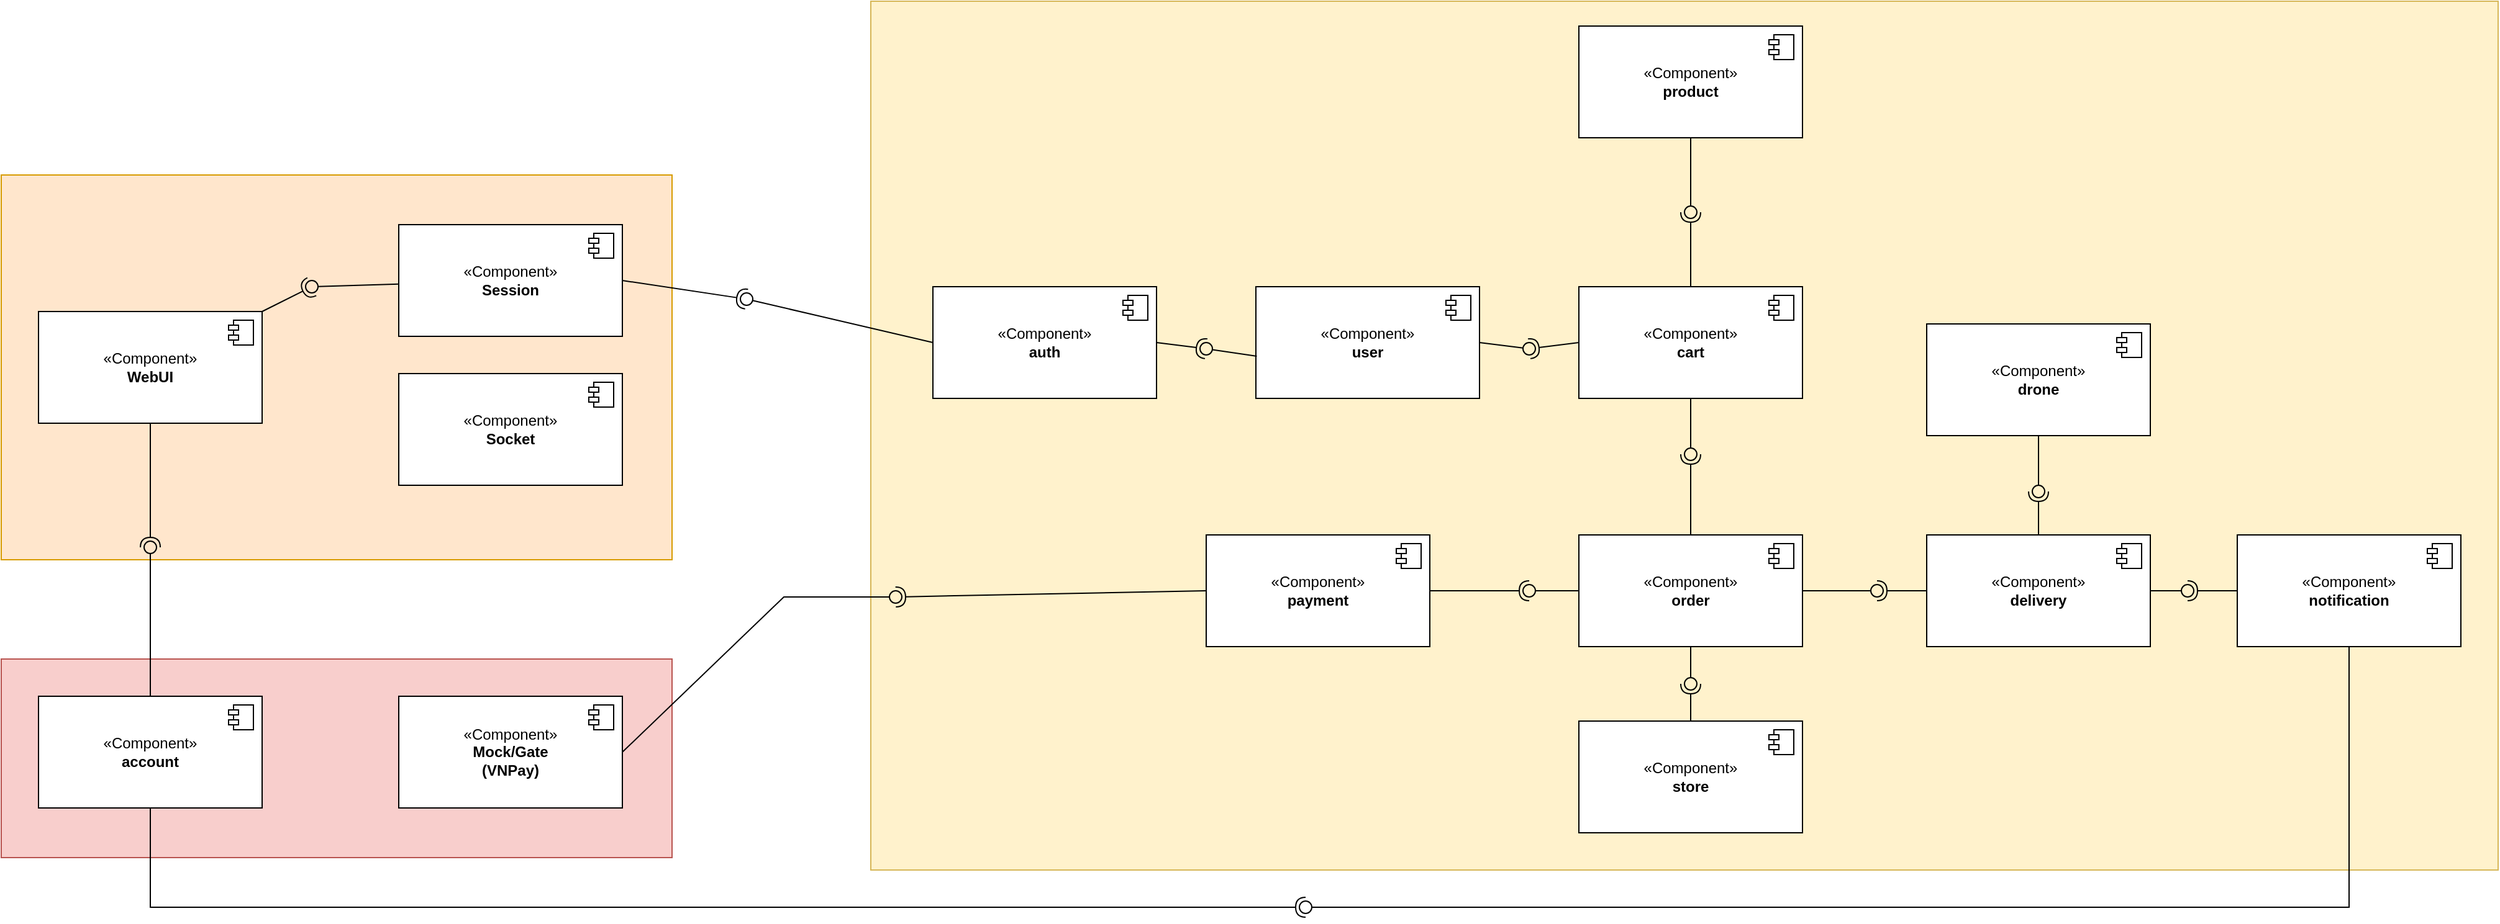
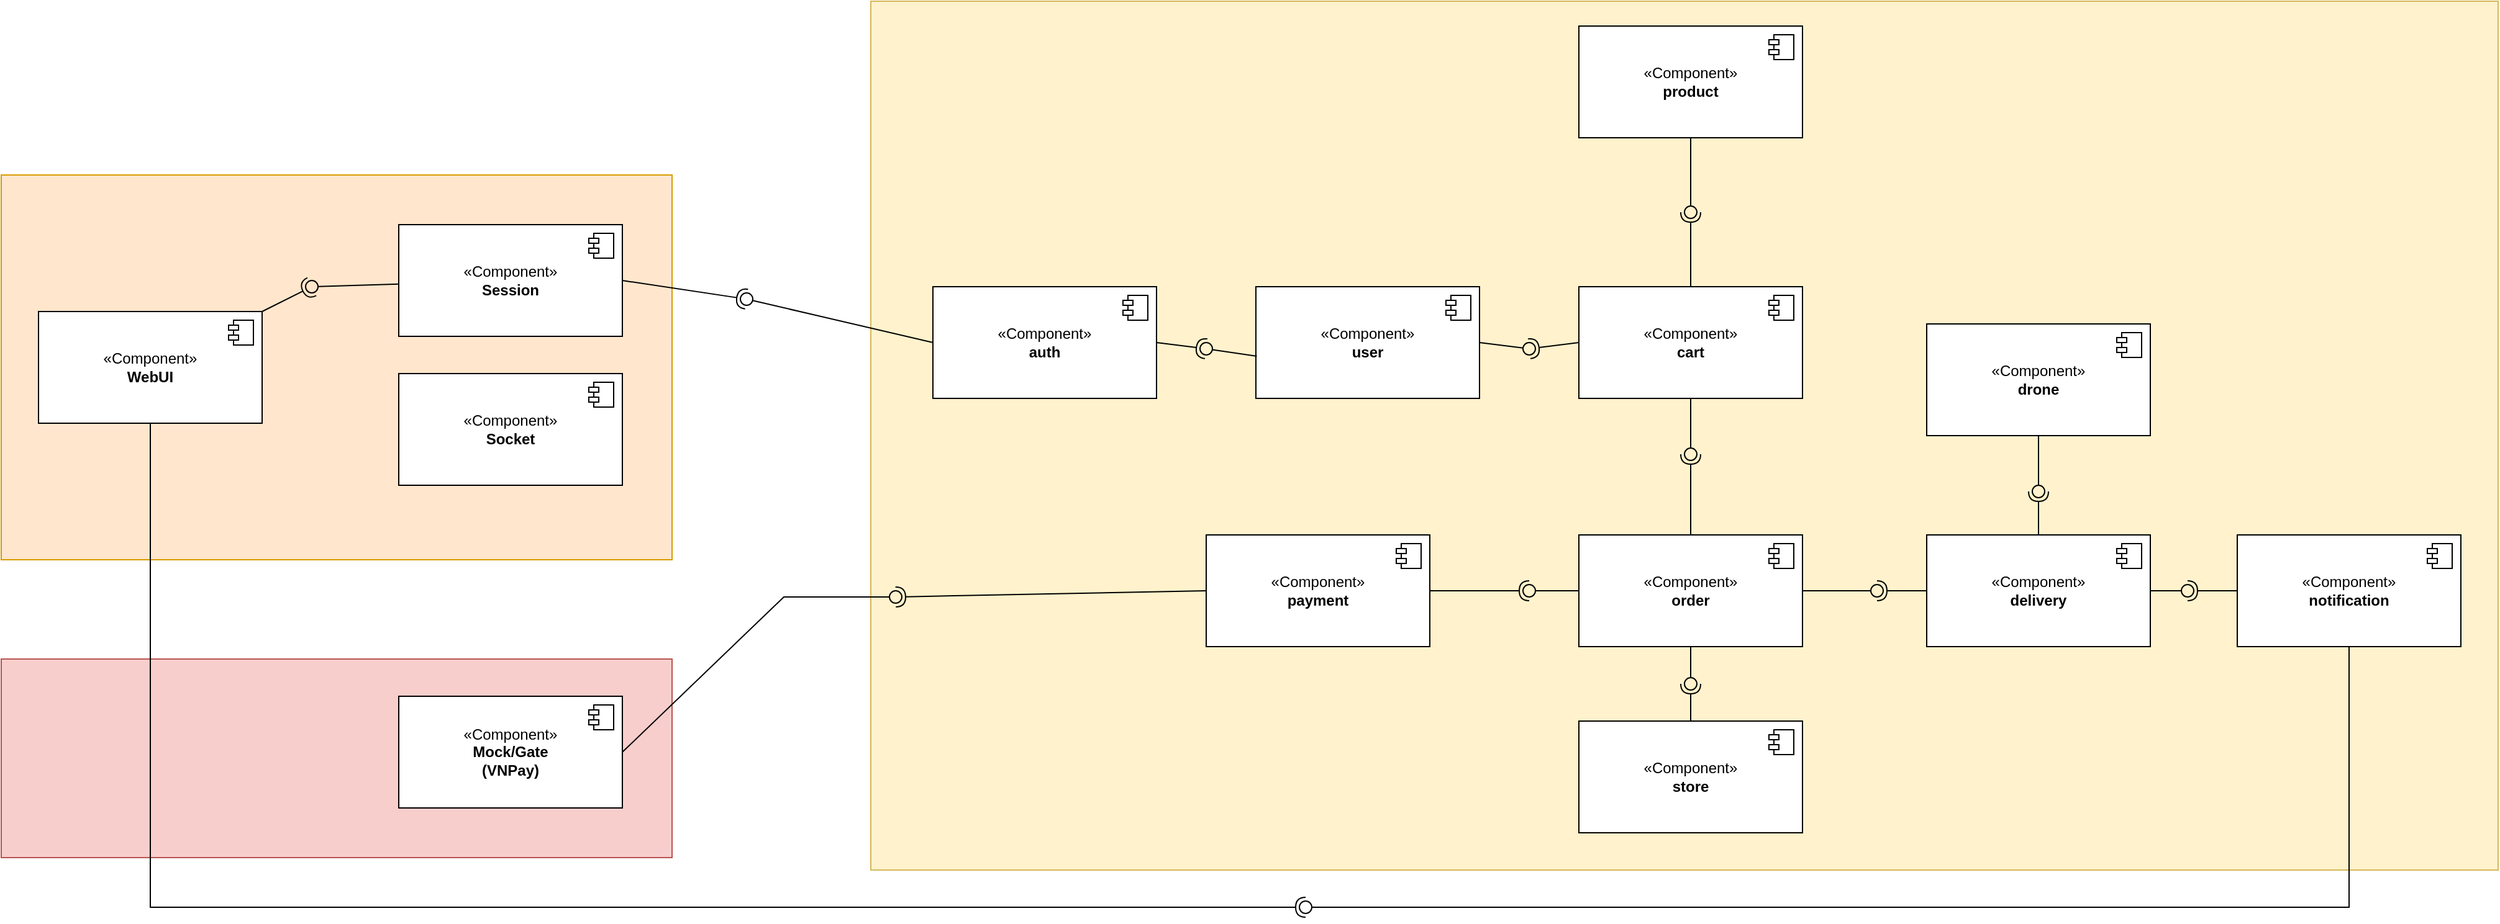
<mxfile host="app.diagrams.net" agent="Mozilla/5.0 (Windows NT 10.0; Win64; x64) AppleWebKit/537.36 (KHTML, like Gecko) Chrome/142.0.0.0 Safari/537.36 Edg/142.0.0.0" version="28.2.9">
  <diagram name="Trang-1" id="7oioB8Ds-hKn1IXtVaSV">
-     <mxGraphModel dx="1042" dy="574" grid="1" gridSize="10" guides="1" tooltips="1" connect="1" arrows="1" fold="1" page="1" pageScale="1" pageWidth="850" pageHeight="1100" math="0" shadow="0">
+     <mxGraphModel dx="1489" dy="820" grid="1" gridSize="10" guides="1" tooltips="1" connect="1" arrows="1" fold="1" page="1" pageScale="1" pageWidth="850" pageHeight="1100" math="0" shadow="0">
      <root>
        <mxCell id="0" />
        <mxCell id="1" parent="0" />
        <mxCell id="RoGavW0lUJBGYU2Ly-MI-101" value="" style="html=1;whiteSpace=wrap;fillColor=#f8cecc;strokeColor=#b85450;rounded=0;noLabel=0;dropTarget=0;collapsible=0;metaEdit=0;backgroundOutline=0;autosize=0;fixedWidth=0;treeMoving=0;enumerate=0;comic=0;imageAspect=1;absoluteArcSize=0;connectable=1;allowArrows=1;" parent="1" vertex="1">
          <mxGeometry x="10" y="570" width="540" height="160" as="geometry" />
        </mxCell>
        <mxCell id="RoGavW0lUJBGYU2Ly-MI-100" value="" style="html=1;whiteSpace=wrap;fillColor=#fff2cc;strokeColor=#d6b656;rounded=0;noLabel=0;dropTarget=0;collapsible=0;metaEdit=0;backgroundOutline=0;autosize=0;fixedWidth=0;treeMoving=0;enumerate=0;comic=0;imageAspect=1;absoluteArcSize=0;connectable=1;allowArrows=1;" parent="1" vertex="1">
          <mxGeometry x="710" y="40" width="1310" height="700" as="geometry" />
        </mxCell>
        <mxCell id="RoGavW0lUJBGYU2Ly-MI-99" value="" style="html=1;whiteSpace=wrap;fillColor=#ffe6cc;strokeColor=#d79b00;rounded=0;noLabel=0;dropTarget=0;collapsible=0;metaEdit=0;backgroundOutline=0;autosize=0;fixedWidth=0;treeMoving=0;enumerate=0;comic=0;imageAspect=1;absoluteArcSize=0;connectable=1;allowArrows=1;" parent="1" vertex="1">
          <mxGeometry x="10" y="180" width="540" height="310" as="geometry" />
        </mxCell>
        <mxCell id="RoGavW0lUJBGYU2Ly-MI-2" value="«Component»&lt;br&gt;&lt;b&gt;WebUI&lt;/b&gt;" style="html=1;dropTarget=0;whiteSpace=wrap;" parent="1" vertex="1">
          <mxGeometry x="40" y="290" width="180" height="90" as="geometry" />
        </mxCell>
        <mxCell id="RoGavW0lUJBGYU2Ly-MI-3" value="" style="shape=module;jettyWidth=8;jettyHeight=4;" parent="RoGavW0lUJBGYU2Ly-MI-2" vertex="1">
          <mxGeometry x="1" width="20" height="20" relative="1" as="geometry">
            <mxPoint x="-27" y="7" as="offset" />
          </mxGeometry>
        </mxCell>
        <mxCell id="RoGavW0lUJBGYU2Ly-MI-4" value="«Component»&lt;br&gt;&lt;b&gt;Session&lt;/b&gt;" style="html=1;dropTarget=0;whiteSpace=wrap;" parent="1" vertex="1">
          <mxGeometry x="330" y="220" width="180" height="90" as="geometry" />
        </mxCell>
        <mxCell id="RoGavW0lUJBGYU2Ly-MI-5" value="" style="shape=module;jettyWidth=8;jettyHeight=4;" parent="RoGavW0lUJBGYU2Ly-MI-4" vertex="1">
          <mxGeometry x="1" width="20" height="20" relative="1" as="geometry">
            <mxPoint x="-27" y="7" as="offset" />
          </mxGeometry>
        </mxCell>
        <mxCell id="RoGavW0lUJBGYU2Ly-MI-9" value="«Component»&lt;br&gt;&lt;b&gt;Socket&lt;/b&gt;" style="html=1;dropTarget=0;whiteSpace=wrap;" parent="1" vertex="1">
          <mxGeometry x="330" y="340" width="180" height="90" as="geometry" />
        </mxCell>
        <mxCell id="RoGavW0lUJBGYU2Ly-MI-10" value="" style="shape=module;jettyWidth=8;jettyHeight=4;" parent="RoGavW0lUJBGYU2Ly-MI-9" vertex="1">
          <mxGeometry x="1" width="20" height="20" relative="1" as="geometry">
            <mxPoint x="-27" y="7" as="offset" />
          </mxGeometry>
        </mxCell>
        <mxCell id="RoGavW0lUJBGYU2Ly-MI-15" value="«Component»&lt;br&gt;&lt;b&gt;auth&lt;/b&gt;" style="html=1;dropTarget=0;whiteSpace=wrap;" parent="1" vertex="1">
          <mxGeometry x="760" y="270" width="180" height="90" as="geometry" />
        </mxCell>
        <mxCell id="RoGavW0lUJBGYU2Ly-MI-16" value="" style="shape=module;jettyWidth=8;jettyHeight=4;" parent="RoGavW0lUJBGYU2Ly-MI-15" vertex="1">
          <mxGeometry x="1" width="20" height="20" relative="1" as="geometry">
            <mxPoint x="-27" y="7" as="offset" />
          </mxGeometry>
        </mxCell>
        <mxCell id="RoGavW0lUJBGYU2Ly-MI-17" value="«Component»&lt;br&gt;&lt;b&gt;user&lt;/b&gt;" style="html=1;dropTarget=0;whiteSpace=wrap;" parent="1" vertex="1">
          <mxGeometry x="1020" y="270" width="180" height="90" as="geometry" />
        </mxCell>
        <mxCell id="RoGavW0lUJBGYU2Ly-MI-18" value="" style="shape=module;jettyWidth=8;jettyHeight=4;" parent="RoGavW0lUJBGYU2Ly-MI-17" vertex="1">
          <mxGeometry x="1" width="20" height="20" relative="1" as="geometry">
            <mxPoint x="-27" y="7" as="offset" />
          </mxGeometry>
        </mxCell>
        <mxCell id="RoGavW0lUJBGYU2Ly-MI-22" value="«Component»&lt;br&gt;&lt;b&gt;cart&lt;/b&gt;" style="html=1;dropTarget=0;whiteSpace=wrap;" parent="1" vertex="1">
          <mxGeometry x="1280" y="270" width="180" height="90" as="geometry" />
        </mxCell>
        <mxCell id="RoGavW0lUJBGYU2Ly-MI-23" value="" style="shape=module;jettyWidth=8;jettyHeight=4;" parent="RoGavW0lUJBGYU2Ly-MI-22" vertex="1">
          <mxGeometry x="1" width="20" height="20" relative="1" as="geometry">
            <mxPoint x="-27" y="7" as="offset" />
          </mxGeometry>
        </mxCell>
        <mxCell id="RoGavW0lUJBGYU2Ly-MI-24" value="«Component»&lt;br&gt;&lt;b&gt;product&lt;/b&gt;" style="html=1;dropTarget=0;whiteSpace=wrap;" parent="1" vertex="1">
          <mxGeometry x="1280" y="60" width="180" height="90" as="geometry" />
        </mxCell>
        <mxCell id="RoGavW0lUJBGYU2Ly-MI-25" value="" style="shape=module;jettyWidth=8;jettyHeight=4;" parent="RoGavW0lUJBGYU2Ly-MI-24" vertex="1">
          <mxGeometry x="1" width="20" height="20" relative="1" as="geometry">
            <mxPoint x="-27" y="7" as="offset" />
          </mxGeometry>
        </mxCell>
        <mxCell id="RoGavW0lUJBGYU2Ly-MI-26" value="«Component»&lt;br&gt;&lt;b&gt;order&lt;/b&gt;" style="html=1;dropTarget=0;whiteSpace=wrap;" parent="1" vertex="1">
          <mxGeometry x="1280" y="470" width="180" height="90" as="geometry" />
        </mxCell>
        <mxCell id="RoGavW0lUJBGYU2Ly-MI-27" value="" style="shape=module;jettyWidth=8;jettyHeight=4;" parent="RoGavW0lUJBGYU2Ly-MI-26" vertex="1">
          <mxGeometry x="1" width="20" height="20" relative="1" as="geometry">
            <mxPoint x="-27" y="7" as="offset" />
          </mxGeometry>
        </mxCell>
        <mxCell id="RoGavW0lUJBGYU2Ly-MI-28" value="«Component»&lt;br&gt;&lt;b&gt;store&lt;/b&gt;" style="html=1;dropTarget=0;whiteSpace=wrap;" parent="1" vertex="1">
          <mxGeometry x="1280" y="620" width="180" height="90" as="geometry" />
        </mxCell>
        <mxCell id="RoGavW0lUJBGYU2Ly-MI-29" value="" style="shape=module;jettyWidth=8;jettyHeight=4;" parent="RoGavW0lUJBGYU2Ly-MI-28" vertex="1">
          <mxGeometry x="1" width="20" height="20" relative="1" as="geometry">
            <mxPoint x="-27" y="7" as="offset" />
          </mxGeometry>
        </mxCell>
        <mxCell id="RoGavW0lUJBGYU2Ly-MI-34" value="«Component»&lt;br&gt;&lt;b&gt;delivery&lt;/b&gt;" style="html=1;dropTarget=0;whiteSpace=wrap;" parent="1" vertex="1">
          <mxGeometry x="1560" y="470" width="180" height="90" as="geometry" />
        </mxCell>
        <mxCell id="RoGavW0lUJBGYU2Ly-MI-35" value="" style="shape=module;jettyWidth=8;jettyHeight=4;" parent="RoGavW0lUJBGYU2Ly-MI-34" vertex="1">
          <mxGeometry x="1" width="20" height="20" relative="1" as="geometry">
            <mxPoint x="-27" y="7" as="offset" />
          </mxGeometry>
        </mxCell>
        <mxCell id="RoGavW0lUJBGYU2Ly-MI-36" value="«Component»&lt;br&gt;&lt;b&gt;drone&lt;/b&gt;" style="html=1;dropTarget=0;whiteSpace=wrap;" parent="1" vertex="1">
          <mxGeometry x="1560" y="300" width="180" height="90" as="geometry" />
        </mxCell>
        <mxCell id="RoGavW0lUJBGYU2Ly-MI-37" value="" style="shape=module;jettyWidth=8;jettyHeight=4;" parent="RoGavW0lUJBGYU2Ly-MI-36" vertex="1">
          <mxGeometry x="1" width="20" height="20" relative="1" as="geometry">
            <mxPoint x="-27" y="7" as="offset" />
          </mxGeometry>
        </mxCell>
        <mxCell id="RoGavW0lUJBGYU2Ly-MI-38" value="«Component»&lt;br&gt;&lt;b&gt;notification&lt;/b&gt;" style="html=1;dropTarget=0;whiteSpace=wrap;" parent="1" vertex="1">
          <mxGeometry x="1810" y="470" width="180" height="90" as="geometry" />
        </mxCell>
        <mxCell id="RoGavW0lUJBGYU2Ly-MI-39" value="" style="shape=module;jettyWidth=8;jettyHeight=4;" parent="RoGavW0lUJBGYU2Ly-MI-38" vertex="1">
          <mxGeometry x="1" width="20" height="20" relative="1" as="geometry">
            <mxPoint x="-27" y="7" as="offset" />
          </mxGeometry>
        </mxCell>
        <mxCell id="RoGavW0lUJBGYU2Ly-MI-40" value="«Component»&lt;br&gt;&lt;b&gt;payment&lt;/b&gt;" style="html=1;dropTarget=0;whiteSpace=wrap;" parent="1" vertex="1">
          <mxGeometry x="980" y="470" width="180" height="90" as="geometry" />
        </mxCell>
        <mxCell id="RoGavW0lUJBGYU2Ly-MI-41" value="" style="shape=module;jettyWidth=8;jettyHeight=4;" parent="RoGavW0lUJBGYU2Ly-MI-40" vertex="1">
          <mxGeometry x="1" width="20" height="20" relative="1" as="geometry">
            <mxPoint x="-27" y="7" as="offset" />
          </mxGeometry>
        </mxCell>
        <mxCell id="RoGavW0lUJBGYU2Ly-MI-44" value="«Component»&lt;br&gt;&lt;b&gt;Mock/Gate&lt;br&gt;(VNPay)&lt;/b&gt;" style="html=1;dropTarget=0;whiteSpace=wrap;" parent="1" vertex="1">
          <mxGeometry x="330" y="600" width="180" height="90" as="geometry" />
        </mxCell>
        <mxCell id="RoGavW0lUJBGYU2Ly-MI-45" value="" style="shape=module;jettyWidth=8;jettyHeight=4;" parent="RoGavW0lUJBGYU2Ly-MI-44" vertex="1">
          <mxGeometry x="1" width="20" height="20" relative="1" as="geometry">
            <mxPoint x="-27" y="7" as="offset" />
          </mxGeometry>
        </mxCell>
-         <mxCell id="RoGavW0lUJBGYU2Ly-MI-46" value="«Component»&lt;br&gt;&lt;b&gt;account&lt;/b&gt;" style="html=1;dropTarget=0;whiteSpace=wrap;" parent="1" vertex="1">
-           <mxGeometry x="40" y="600" width="180" height="90" as="geometry" />
-         </mxCell>
-         <mxCell id="RoGavW0lUJBGYU2Ly-MI-47" value="" style="shape=module;jettyWidth=8;jettyHeight=4;" parent="RoGavW0lUJBGYU2Ly-MI-46" vertex="1">
-           <mxGeometry x="1" width="20" height="20" relative="1" as="geometry">
-             <mxPoint x="-27" y="7" as="offset" />
-           </mxGeometry>
-         </mxCell>
        <mxCell id="RoGavW0lUJBGYU2Ly-MI-48" value="" style="rounded=0;orthogonalLoop=1;jettySize=auto;html=1;endArrow=halfCircle;endFill=0;endSize=6;strokeWidth=1;sketch=0;" parent="1" source="RoGavW0lUJBGYU2Ly-MI-2" edge="1">
          <mxGeometry relative="1" as="geometry">
            <mxPoint x="620" y="540" as="sourcePoint" />
            <mxPoint x="260" y="270" as="targetPoint" />
          </mxGeometry>
        </mxCell>
        <mxCell id="RoGavW0lUJBGYU2Ly-MI-49" value="" style="rounded=0;orthogonalLoop=1;jettySize=auto;html=1;endArrow=oval;endFill=0;sketch=0;sourcePerimeterSpacing=0;targetPerimeterSpacing=0;endSize=10;" parent="1" source="RoGavW0lUJBGYU2Ly-MI-4" edge="1">
          <mxGeometry relative="1" as="geometry">
            <mxPoint x="480" y="490" as="sourcePoint" />
            <mxPoint x="260" y="270" as="targetPoint" />
          </mxGeometry>
        </mxCell>
        <mxCell id="RoGavW0lUJBGYU2Ly-MI-50" value="" style="ellipse;whiteSpace=wrap;html=1;align=center;aspect=fixed;fillColor=none;strokeColor=none;resizable=0;perimeter=centerPerimeter;rotatable=0;allowArrows=0;points=[];outlineConnect=1;" parent="1" vertex="1">
          <mxGeometry x="170" y="490" width="10" height="10" as="geometry" />
        </mxCell>
        <mxCell id="RoGavW0lUJBGYU2Ly-MI-57" value="" style="rounded=0;orthogonalLoop=1;jettySize=auto;html=1;endArrow=halfCircle;endFill=0;endSize=6;strokeWidth=1;sketch=0;exitX=1;exitY=0.5;exitDx=0;exitDy=0;" parent="1" source="RoGavW0lUJBGYU2Ly-MI-4" edge="1">
          <mxGeometry relative="1" as="geometry">
            <mxPoint x="560" y="276.09" as="sourcePoint" />
            <mxPoint x="610" y="280" as="targetPoint" />
          </mxGeometry>
        </mxCell>
        <mxCell id="RoGavW0lUJBGYU2Ly-MI-58" value="" style="rounded=0;orthogonalLoop=1;jettySize=auto;html=1;endArrow=oval;endFill=0;sketch=0;sourcePerimeterSpacing=0;targetPerimeterSpacing=0;endSize=10;exitX=0;exitY=0.5;exitDx=0;exitDy=0;" parent="1" source="RoGavW0lUJBGYU2Ly-MI-15" edge="1">
          <mxGeometry relative="1" as="geometry">
            <mxPoint x="670" y="254.09" as="sourcePoint" />
            <mxPoint x="610" y="280" as="targetPoint" />
          </mxGeometry>
        </mxCell>
        <mxCell id="RoGavW0lUJBGYU2Ly-MI-59" value="" style="rounded=0;orthogonalLoop=1;jettySize=auto;html=1;endArrow=halfCircle;endFill=0;endSize=6;strokeWidth=1;sketch=0;exitX=0;exitY=0.5;exitDx=0;exitDy=0;" parent="1" edge="1">
          <mxGeometry relative="1" as="geometry">
            <mxPoint x="1280" y="315" as="sourcePoint" />
            <mxPoint x="1240" y="320" as="targetPoint" />
          </mxGeometry>
        </mxCell>
        <mxCell id="RoGavW0lUJBGYU2Ly-MI-63" value="" style="rounded=0;orthogonalLoop=1;jettySize=auto;html=1;endArrow=oval;endFill=0;sketch=0;sourcePerimeterSpacing=0;targetPerimeterSpacing=0;endSize=10;exitX=1;exitY=0.5;exitDx=0;exitDy=0;" parent="1" edge="1">
          <mxGeometry relative="1" as="geometry">
            <mxPoint x="1200" y="315" as="sourcePoint" />
            <mxPoint x="1240" y="320" as="targetPoint" />
          </mxGeometry>
        </mxCell>
        <mxCell id="RoGavW0lUJBGYU2Ly-MI-61" value="" style="ellipse;whiteSpace=wrap;html=1;align=center;aspect=fixed;fillColor=none;strokeColor=none;resizable=0;perimeter=centerPerimeter;rotatable=0;allowArrows=0;points=[];outlineConnect=1;" parent="1" vertex="1">
          <mxGeometry x="1250" y="420" width="10" height="10" as="geometry" />
        </mxCell>
        <mxCell id="RoGavW0lUJBGYU2Ly-MI-65" value="" style="rounded=0;orthogonalLoop=1;jettySize=auto;html=1;endArrow=halfCircle;endFill=0;endSize=6;strokeWidth=1;sketch=0;exitX=1;exitY=0.5;exitDx=0;exitDy=0;" parent="1" source="RoGavW0lUJBGYU2Ly-MI-15" edge="1">
          <mxGeometry relative="1" as="geometry">
            <mxPoint x="750" y="400" as="sourcePoint" />
            <mxPoint x="980" y="320" as="targetPoint" />
          </mxGeometry>
        </mxCell>
        <mxCell id="RoGavW0lUJBGYU2Ly-MI-66" value="" style="rounded=0;orthogonalLoop=1;jettySize=auto;html=1;endArrow=oval;endFill=0;sketch=0;sourcePerimeterSpacing=0;targetPerimeterSpacing=0;endSize=10;exitX=0.004;exitY=0.622;exitDx=0;exitDy=0;exitPerimeter=0;" parent="1" source="RoGavW0lUJBGYU2Ly-MI-17" edge="1">
          <mxGeometry relative="1" as="geometry">
            <mxPoint x="1000" y="450" as="sourcePoint" />
            <mxPoint x="980" y="320" as="targetPoint" />
          </mxGeometry>
        </mxCell>
        <mxCell id="RoGavW0lUJBGYU2Ly-MI-67" value="" style="rounded=0;orthogonalLoop=1;jettySize=auto;html=1;endArrow=halfCircle;endFill=0;endSize=6;strokeWidth=1;sketch=0;exitX=0.5;exitY=0;exitDx=0;exitDy=0;" parent="1" source="RoGavW0lUJBGYU2Ly-MI-26" target="RoGavW0lUJBGYU2Ly-MI-69" edge="1">
          <mxGeometry relative="1" as="geometry">
            <mxPoint x="1170" y="365" as="sourcePoint" />
          </mxGeometry>
        </mxCell>
        <mxCell id="RoGavW0lUJBGYU2Ly-MI-70" value="" style="rounded=0;orthogonalLoop=1;jettySize=auto;html=1;endArrow=oval;endFill=0;sketch=0;sourcePerimeterSpacing=0;targetPerimeterSpacing=0;endSize=10;exitX=0.5;exitY=1;exitDx=0;exitDy=0;" parent="1" source="RoGavW0lUJBGYU2Ly-MI-22" target="RoGavW0lUJBGYU2Ly-MI-69" edge="1">
          <mxGeometry relative="1" as="geometry">
            <mxPoint x="1370" y="360" as="sourcePoint" />
            <mxPoint x="1370" y="400" as="targetPoint" />
          </mxGeometry>
        </mxCell>
        <mxCell id="RoGavW0lUJBGYU2Ly-MI-69" value="" style="ellipse;whiteSpace=wrap;html=1;align=center;aspect=fixed;fillColor=none;strokeColor=none;resizable=0;perimeter=centerPerimeter;rotatable=0;allowArrows=0;points=[];outlineConnect=1;" parent="1" vertex="1">
          <mxGeometry x="1365" y="400" width="10" height="10" as="geometry" />
        </mxCell>
        <mxCell id="RoGavW0lUJBGYU2Ly-MI-71" value="" style="rounded=0;orthogonalLoop=1;jettySize=auto;html=1;endArrow=halfCircle;endFill=0;endSize=6;strokeWidth=1;sketch=0;exitX=0.5;exitY=0;exitDx=0;exitDy=0;" parent="1" source="RoGavW0lUJBGYU2Ly-MI-22" edge="1">
          <mxGeometry relative="1" as="geometry">
            <mxPoint x="1470" y="230" as="sourcePoint" />
            <mxPoint x="1370" y="210" as="targetPoint" />
          </mxGeometry>
        </mxCell>
        <mxCell id="RoGavW0lUJBGYU2Ly-MI-72" value="" style="rounded=0;orthogonalLoop=1;jettySize=auto;html=1;endArrow=oval;endFill=0;sketch=0;sourcePerimeterSpacing=0;targetPerimeterSpacing=0;endSize=10;exitX=0.5;exitY=1;exitDx=0;exitDy=0;" parent="1" source="RoGavW0lUJBGYU2Ly-MI-24" edge="1">
          <mxGeometry relative="1" as="geometry">
            <mxPoint x="1720" y="280" as="sourcePoint" />
            <mxPoint x="1370" y="210" as="targetPoint" />
          </mxGeometry>
        </mxCell>
        <mxCell id="RoGavW0lUJBGYU2Ly-MI-73" value="" style="rounded=0;orthogonalLoop=1;jettySize=auto;html=1;endArrow=halfCircle;endFill=0;endSize=6;strokeWidth=1;sketch=0;exitX=1;exitY=0.5;exitDx=0;exitDy=0;" parent="1" source="RoGavW0lUJBGYU2Ly-MI-40" edge="1">
          <mxGeometry relative="1" as="geometry">
            <mxPoint x="1225" y="650" as="sourcePoint" />
            <mxPoint x="1240" y="515" as="targetPoint" />
          </mxGeometry>
        </mxCell>
        <mxCell id="RoGavW0lUJBGYU2Ly-MI-74" value="" style="rounded=0;orthogonalLoop=1;jettySize=auto;html=1;endArrow=oval;endFill=0;sketch=0;sourcePerimeterSpacing=0;targetPerimeterSpacing=0;endSize=10;exitX=0;exitY=0.5;exitDx=0;exitDy=0;" parent="1" source="RoGavW0lUJBGYU2Ly-MI-26" edge="1">
          <mxGeometry relative="1" as="geometry">
            <mxPoint x="1225" y="540" as="sourcePoint" />
            <mxPoint x="1240" y="515" as="targetPoint" />
          </mxGeometry>
        </mxCell>
        <mxCell id="RoGavW0lUJBGYU2Ly-MI-75" value="" style="ellipse;whiteSpace=wrap;html=1;align=center;aspect=fixed;fillColor=none;strokeColor=none;resizable=0;perimeter=centerPerimeter;rotatable=0;allowArrows=0;points=[];outlineConnect=1;" parent="1" vertex="1">
          <mxGeometry x="1220" y="580" width="10" height="10" as="geometry" />
        </mxCell>
        <mxCell id="RoGavW0lUJBGYU2Ly-MI-76" value="" style="rounded=0;orthogonalLoop=1;jettySize=auto;html=1;endArrow=halfCircle;endFill=0;endSize=6;strokeWidth=1;sketch=0;exitX=0;exitY=0.5;exitDx=0;exitDy=0;" parent="1" source="RoGavW0lUJBGYU2Ly-MI-34" edge="1">
          <mxGeometry relative="1" as="geometry">
            <mxPoint x="1525" y="540" as="sourcePoint" />
            <mxPoint x="1520" y="515" as="targetPoint" />
          </mxGeometry>
        </mxCell>
        <mxCell id="RoGavW0lUJBGYU2Ly-MI-77" value="" style="rounded=0;orthogonalLoop=1;jettySize=auto;html=1;endArrow=oval;endFill=0;sketch=0;sourcePerimeterSpacing=0;targetPerimeterSpacing=0;endSize=10;exitX=1;exitY=0.5;exitDx=0;exitDy=0;" parent="1" source="RoGavW0lUJBGYU2Ly-MI-26" edge="1">
          <mxGeometry relative="1" as="geometry">
            <mxPoint x="1525" y="430" as="sourcePoint" />
            <mxPoint x="1520" y="515" as="targetPoint" />
          </mxGeometry>
        </mxCell>
        <mxCell id="RoGavW0lUJBGYU2Ly-MI-78" value="" style="ellipse;whiteSpace=wrap;html=1;align=center;aspect=fixed;fillColor=none;strokeColor=none;resizable=0;perimeter=centerPerimeter;rotatable=0;allowArrows=0;points=[];outlineConnect=1;" parent="1" vertex="1">
          <mxGeometry x="1520" y="470" width="10" height="10" as="geometry" />
        </mxCell>
        <mxCell id="RoGavW0lUJBGYU2Ly-MI-79" value="" style="rounded=0;orthogonalLoop=1;jettySize=auto;html=1;endArrow=halfCircle;endFill=0;endSize=6;strokeWidth=1;sketch=0;" parent="1" source="RoGavW0lUJBGYU2Ly-MI-34" target="RoGavW0lUJBGYU2Ly-MI-81" edge="1">
          <mxGeometry relative="1" as="geometry">
            <mxPoint x="1650" y="500" as="sourcePoint" />
          </mxGeometry>
        </mxCell>
        <mxCell id="RoGavW0lUJBGYU2Ly-MI-80" value="" style="rounded=0;orthogonalLoop=1;jettySize=auto;html=1;endArrow=oval;endFill=0;sketch=0;sourcePerimeterSpacing=0;targetPerimeterSpacing=0;endSize=10;" parent="1" source="RoGavW0lUJBGYU2Ly-MI-36" target="RoGavW0lUJBGYU2Ly-MI-81" edge="1">
          <mxGeometry relative="1" as="geometry">
            <mxPoint x="1650" y="390" as="sourcePoint" />
            <mxPoint x="1650" y="430" as="targetPoint" />
          </mxGeometry>
        </mxCell>
        <mxCell id="RoGavW0lUJBGYU2Ly-MI-81" value="" style="ellipse;whiteSpace=wrap;html=1;align=center;aspect=fixed;fillColor=none;strokeColor=none;resizable=0;perimeter=centerPerimeter;rotatable=0;allowArrows=0;points=[];outlineConnect=1;" parent="1" vertex="1">
          <mxGeometry x="1645" y="430" width="10" height="10" as="geometry" />
        </mxCell>
        <mxCell id="RoGavW0lUJBGYU2Ly-MI-82" value="" style="rounded=0;orthogonalLoop=1;jettySize=auto;html=1;endArrow=halfCircle;endFill=0;endSize=6;strokeWidth=1;sketch=0;" parent="1" source="RoGavW0lUJBGYU2Ly-MI-38" edge="1">
          <mxGeometry relative="1" as="geometry">
            <mxPoint x="1840" y="514.29" as="sourcePoint" />
            <mxPoint x="1770" y="515" as="targetPoint" />
          </mxGeometry>
        </mxCell>
        <mxCell id="RoGavW0lUJBGYU2Ly-MI-83" value="" style="rounded=0;orthogonalLoop=1;jettySize=auto;html=1;endArrow=oval;endFill=0;sketch=0;sourcePerimeterSpacing=0;targetPerimeterSpacing=0;endSize=10;" parent="1" source="RoGavW0lUJBGYU2Ly-MI-34" edge="1">
          <mxGeometry relative="1" as="geometry">
            <mxPoint x="1740" y="514.29" as="sourcePoint" />
            <mxPoint x="1770" y="515" as="targetPoint" />
          </mxGeometry>
        </mxCell>
        <mxCell id="RoGavW0lUJBGYU2Ly-MI-85" value="" style="rounded=0;orthogonalLoop=1;jettySize=auto;html=1;endArrow=halfCircle;endFill=0;endSize=6;strokeWidth=1;sketch=0;exitX=0.5;exitY=0;exitDx=0;exitDy=0;" parent="1" source="RoGavW0lUJBGYU2Ly-MI-28" edge="1">
          <mxGeometry relative="1" as="geometry">
            <mxPoint x="1490" y="595" as="sourcePoint" />
            <mxPoint x="1370" y="590" as="targetPoint" />
          </mxGeometry>
        </mxCell>
        <mxCell id="RoGavW0lUJBGYU2Ly-MI-86" value="" style="rounded=0;orthogonalLoop=1;jettySize=auto;html=1;endArrow=oval;endFill=0;sketch=0;sourcePerimeterSpacing=0;targetPerimeterSpacing=0;endSize=10;exitX=0.5;exitY=1;exitDx=0;exitDy=0;" parent="1" source="RoGavW0lUJBGYU2Ly-MI-26" edge="1">
          <mxGeometry relative="1" as="geometry">
            <mxPoint x="1390" y="595" as="sourcePoint" />
            <mxPoint x="1370" y="590" as="targetPoint" />
          </mxGeometry>
        </mxCell>
        <mxCell id="RoGavW0lUJBGYU2Ly-MI-87" value="" style="ellipse;whiteSpace=wrap;html=1;align=center;aspect=fixed;fillColor=none;strokeColor=none;resizable=0;perimeter=centerPerimeter;rotatable=0;allowArrows=0;points=[];outlineConnect=1;" parent="1" vertex="1">
          <mxGeometry x="1450" y="550" width="10" height="10" as="geometry" />
        </mxCell>
        <mxCell id="RoGavW0lUJBGYU2Ly-MI-88" value="" style="rounded=0;orthogonalLoop=1;jettySize=auto;html=1;endArrow=halfCircle;endFill=0;endSize=6;strokeWidth=1;sketch=0;exitX=0;exitY=0.5;exitDx=0;exitDy=0;" parent="1" source="RoGavW0lUJBGYU2Ly-MI-40" edge="1">
          <mxGeometry relative="1" as="geometry">
            <mxPoint x="970" y="515" as="sourcePoint" />
            <mxPoint x="730" y="520" as="targetPoint" />
          </mxGeometry>
        </mxCell>
        <mxCell id="RoGavW0lUJBGYU2Ly-MI-90" value="" style="ellipse;whiteSpace=wrap;html=1;align=center;aspect=fixed;fillColor=none;strokeColor=none;resizable=0;perimeter=centerPerimeter;rotatable=0;allowArrows=0;points=[];outlineConnect=1;" parent="1" vertex="1">
          <mxGeometry x="860" y="550" width="10" height="10" as="geometry" />
        </mxCell>
        <mxCell id="RoGavW0lUJBGYU2Ly-MI-92" value="" style="rounded=0;orthogonalLoop=1;jettySize=auto;html=1;endArrow=oval;endFill=0;sketch=0;sourcePerimeterSpacing=0;targetPerimeterSpacing=0;endSize=10;exitX=1;exitY=0.5;exitDx=0;exitDy=0;" parent="1" source="RoGavW0lUJBGYU2Ly-MI-44" edge="1">
          <mxGeometry relative="1" as="geometry">
            <mxPoint x="730" y="640" as="sourcePoint" />
            <mxPoint x="730" y="520" as="targetPoint" />
            <Array as="points">
              <mxPoint x="640" y="520" />
            </Array>
          </mxGeometry>
        </mxCell>
        <mxCell id="RoGavW0lUJBGYU2Ly-MI-95" value="" style="rounded=0;orthogonalLoop=1;jettySize=auto;html=1;endArrow=oval;endFill=0;sketch=0;sourcePerimeterSpacing=0;targetPerimeterSpacing=0;endSize=10;exitX=0.5;exitY=1;exitDx=0;exitDy=0;" parent="1" source="RoGavW0lUJBGYU2Ly-MI-38" edge="1">
          <mxGeometry relative="1" as="geometry">
            <mxPoint x="1910" y="770" as="sourcePoint" />
            <mxPoint x="1060" y="770" as="targetPoint" />
            <Array as="points">
              <mxPoint x="1900" y="770" />
            </Array>
          </mxGeometry>
        </mxCell>
-         <mxCell id="RoGavW0lUJBGYU2Ly-MI-96" value="" style="rounded=0;orthogonalLoop=1;jettySize=auto;html=1;endArrow=halfCircle;endFill=0;endSize=6;strokeWidth=1;sketch=0;exitX=0.5;exitY=1;exitDx=0;exitDy=0;" parent="1" source="RoGavW0lUJBGYU2Ly-MI-46" edge="1">
-           <mxGeometry relative="1" as="geometry">
-             <mxPoint x="160" y="770" as="sourcePoint" />
+         <mxCell id="RoGavW0lUJBGYU2Ly-MI-96" value="" style="rounded=0;orthogonalLoop=1;jettySize=auto;html=1;endArrow=halfCircle;endFill=0;endSize=6;strokeWidth=1;sketch=0;" parent="1" source="RoGavW0lUJBGYU2Ly-MI-2" edge="1">
+           <mxGeometry relative="1" as="geometry">
+             <mxPoint x="130" y="689.9999999999998" as="sourcePoint" />
            <mxPoint x="1060" y="770" as="targetPoint" />
            <Array as="points">
              <mxPoint x="130" y="770" />
            </Array>
          </mxGeometry>
        </mxCell>
-         <mxCell id="RoGavW0lUJBGYU2Ly-MI-97" value="" style="rounded=0;orthogonalLoop=1;jettySize=auto;html=1;endArrow=halfCircle;endFill=0;endSize=6;strokeWidth=1;sketch=0;exitX=0.5;exitY=1;exitDx=0;exitDy=0;" parent="1" source="RoGavW0lUJBGYU2Ly-MI-2" edge="1">
-           <mxGeometry relative="1" as="geometry">
-             <mxPoint x="40" y="450" as="sourcePoint" />
-             <mxPoint x="130" y="480" as="targetPoint" />
-           </mxGeometry>
-         </mxCell>
-         <mxCell id="RoGavW0lUJBGYU2Ly-MI-98" value="" style="rounded=0;orthogonalLoop=1;jettySize=auto;html=1;endArrow=oval;endFill=0;sketch=0;sourcePerimeterSpacing=0;targetPerimeterSpacing=0;endSize=10;exitX=0.5;exitY=0;exitDx=0;exitDy=0;" parent="1" source="RoGavW0lUJBGYU2Ly-MI-46" edge="1">
-           <mxGeometry relative="1" as="geometry">
-             <mxPoint x="290" y="500" as="sourcePoint" />
-             <mxPoint x="130" y="480" as="targetPoint" />
-           </mxGeometry>
-         </mxCell>
      </root>
    </mxGraphModel>
  </diagram>
</mxfile>
